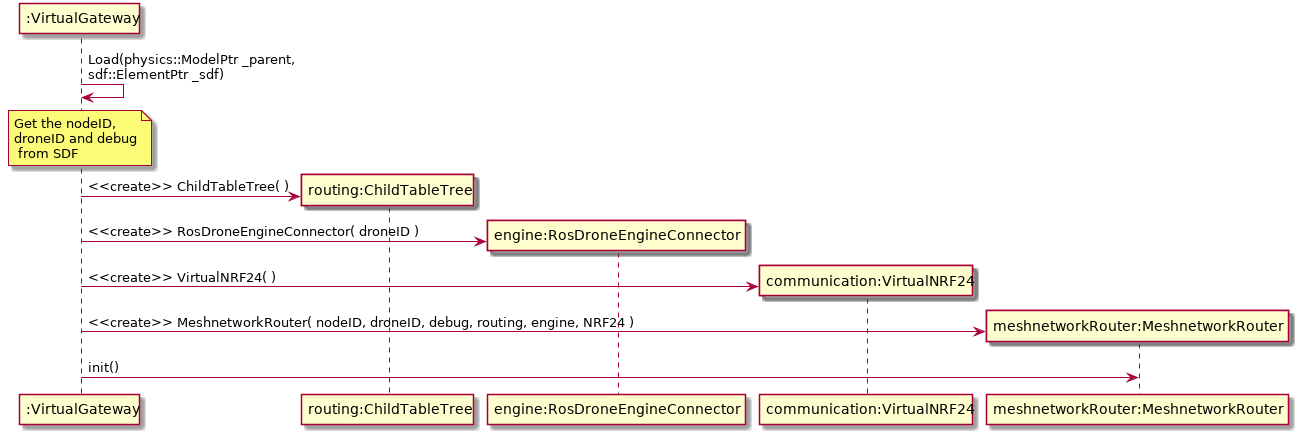
Earlier version of the PlantUML export Docs/DesignDocumenten/UML/out/DroneSimulation/Sequence/VirtualRouter/VirtualRouter.png (mauriceberentsen/Automated-Drone-Distribution-Network).
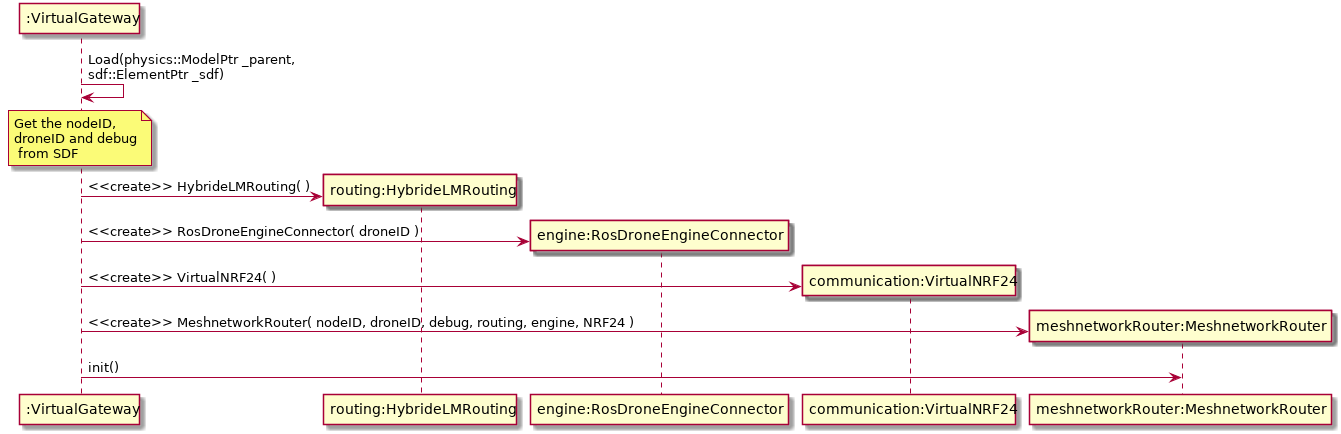
After the change.

Diff of the diagram source:
```diff
@@ -2,7 +2,7 @@
 participant ":VirtualGateway" as VG
 
 participant "meshgateway:MeshnetworkGateway" as VG
-participant "routing:ChildTableTree" as routing
+participant "routing:HybrideLMRouting" as routing
 participant "engine:RosDroneEngineConnector" as engine
 participant "communication:VirtualNRF24" as NRF24
 participant "meshnetworkRouter:MeshnetworkRouter" as MG
@@ -11,7 +11,7 @@
 note over VG : Get the nodeID,\ndroneID and debug\n from SDF
 
 create routing
-VG -> routing : <<create>> ChildTableTree( )
+VG -> routing : <<create>> HybrideLMRouting( )
 create engine
 VG -> engine : <<create>> RosDroneEngineConnector( droneID )
 create NRF24
```
